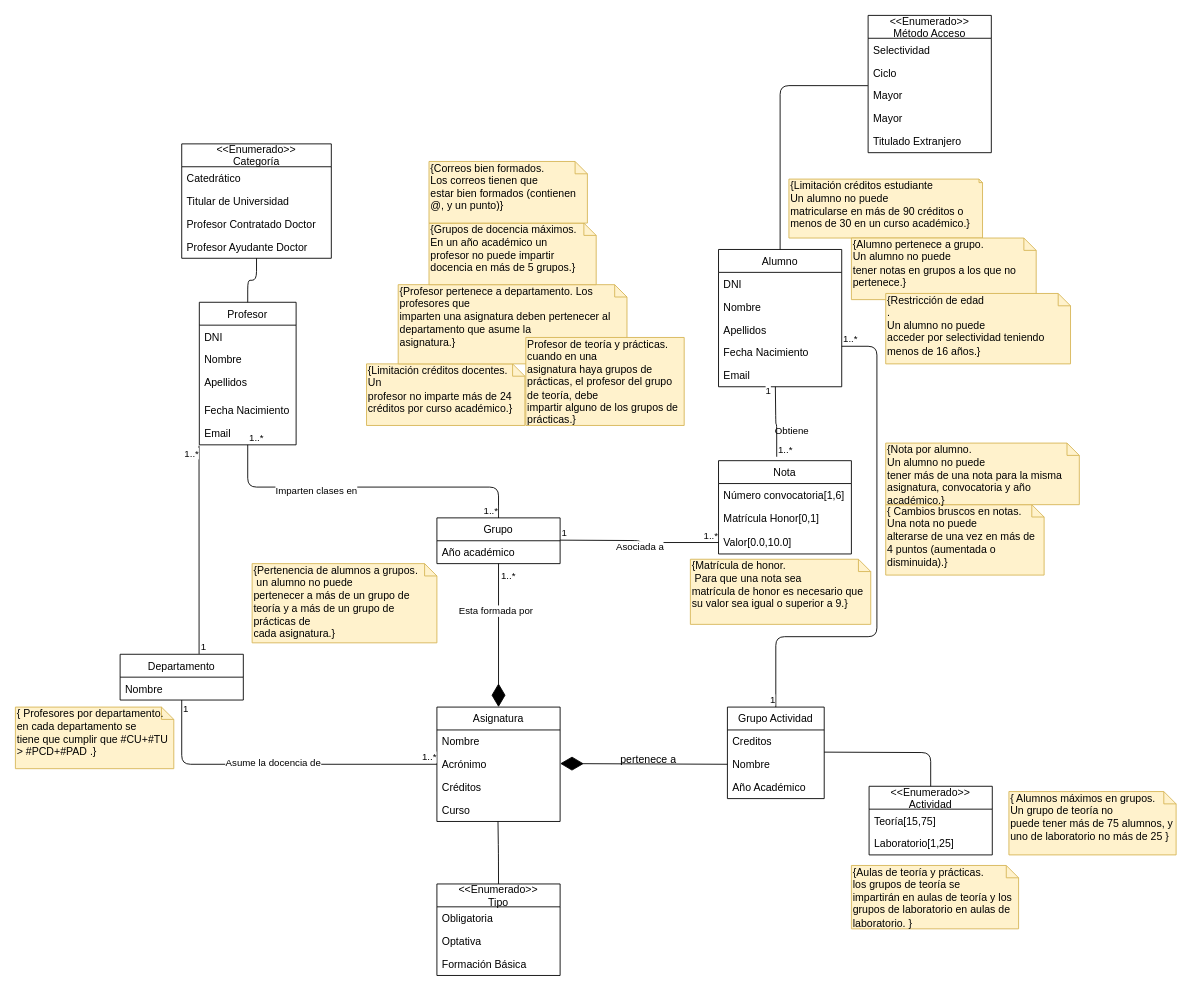
Above: page "Gestion de Docencia" (3 of 5) of entregable1IISSI.drawio in juanlo017/GUZZY (draw.io), before the change. Source tidied: cells renumbered, new cells numbered last; positions are measured from the earlier drawing's top-left corner, leaving out a move shared by most shapes. Both pictures are drawn from the tidied source at 88%, with x=0, y=0 at pixel (15, 15).
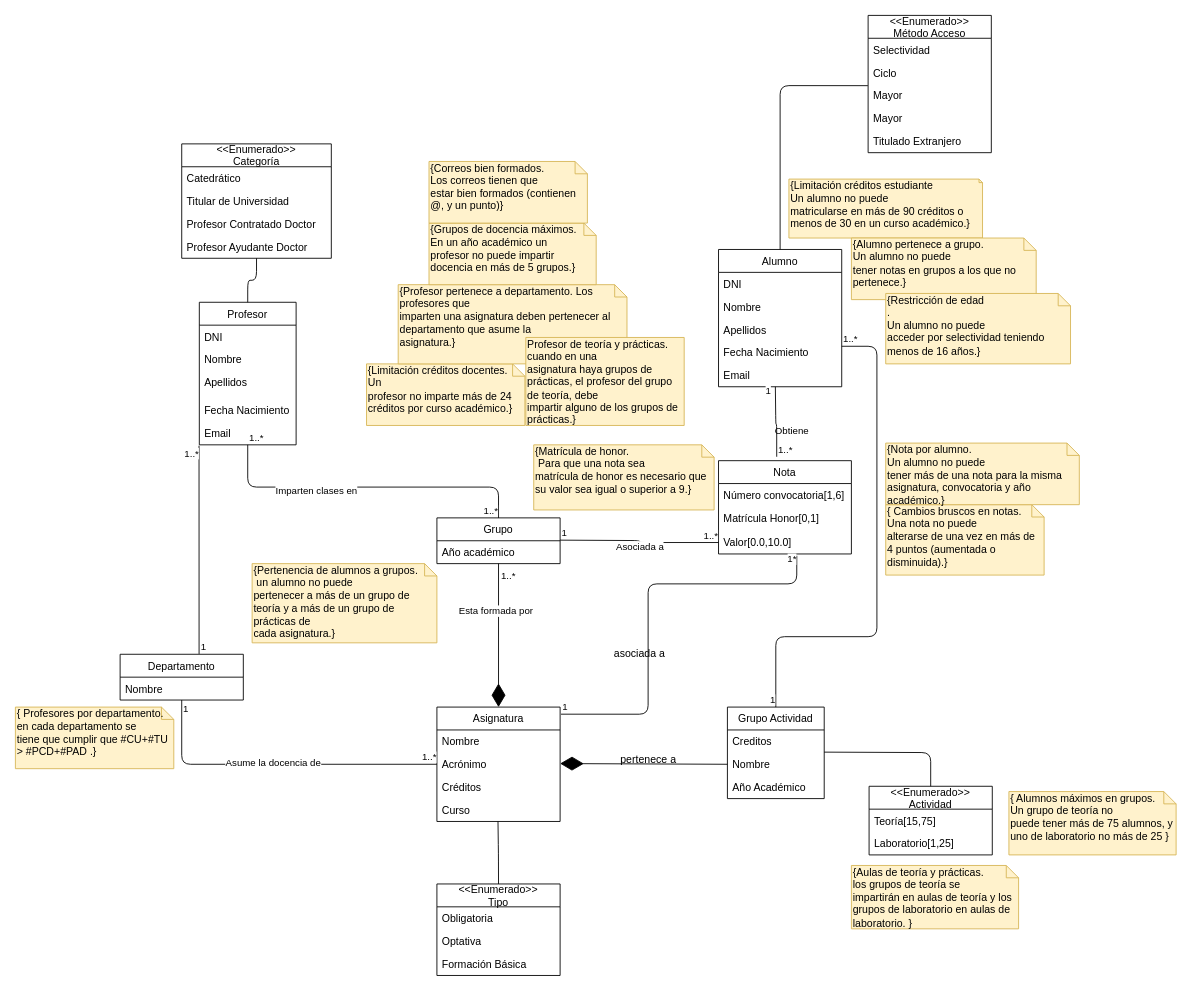
Above is the later version.

The change refers to these unchanged cells:
```xml
<mxCell id="26" value="Asignatura" style="swimlane;fontStyle=0;horizontal=1;startSize=26;fillColor=none;" parent="1" vertex="1">
  <mxGeometry x="479" y="786" width="140" height="130" as="geometry" />
</mxCell>
<mxCell id="59" value="Valor[0.0,10.0]" style="text;strokeColor=none;fillColor=none;align=left;verticalAlign=top;spacingLeft=4;spacingRight=4;overflow=hidden;points=[[0,0.5],[1,0.5]];portConstraint=eastwest;" parent="56" vertex="1">
  <mxGeometry y="80" width="151" height="26" as="geometry" />
</mxCell>
```

What changed in the source:
```diff
@@
     <mxCell id="80" value="{Matrícula de honor.&lt;br&gt;&amp;nbsp;Para que una nota sea&lt;br/&gt;matrícula de honor es necesario que su valor sea igual o superior a 9.}" style="shape=note;whiteSpace=wrap;html=1;size=14;verticalAlign=top;align=left;spacingTop=-6;fillColor=#fff2cc;strokeColor=#d6b656;" parent="1" vertex="1">
-      <mxGeometry x="767" y="618" width="205" height="74" as="geometry" />
+      <mxGeometry x="589" y="488" width="205" height="74" as="geometry" />
     </mxCell>
@@
+    <mxCell id="95" style="endArrow=none;html=1;edgeStyle=orthogonalEdgeStyle;entryX=0.589;entryY=1.077;entryDx=0;entryDy=0;entryPerimeter=0;exitX=1.007;exitY=0.062;exitDx=0;exitDy=0;exitPerimeter=0;" parent="1" edge="1" source="26" target="59">
+      <mxGeometry relative="1" as="geometry">
+        <Array as="points">
+          <mxPoint x="719" y="794" />
+          <mxPoint x="719" y="646" />
+          <mxPoint x="888" y="646" />
+        </Array>
+      </mxGeometry>
+    </mxCell>
+    <mxCell id="96" value="1" style="edgeLabel;html=1;align=left;verticalAlign=bottom;" parent="95" vertex="1">
+      <mxGeometry x="-1" relative="1" as="geometry" />
+    </mxCell>
+    <mxCell id="97" value="1*" style="edgeLabel;html=1;align=right;verticalAlign=bottom;" parent="95" vertex="1">
+      <mxGeometry x="1" relative="1" as="geometry">
+        <mxPoint y="12" as="offset" />
+      </mxGeometry>
+    </mxCell>
+    <mxCell id="98" value="asociada a" style="text;html=1;align=center;verticalAlign=middle;" parent="1" vertex="1">
+      <mxGeometry x="674" y="716" width="70" height="20" as="geometry" />
+    </mxCell>
```
